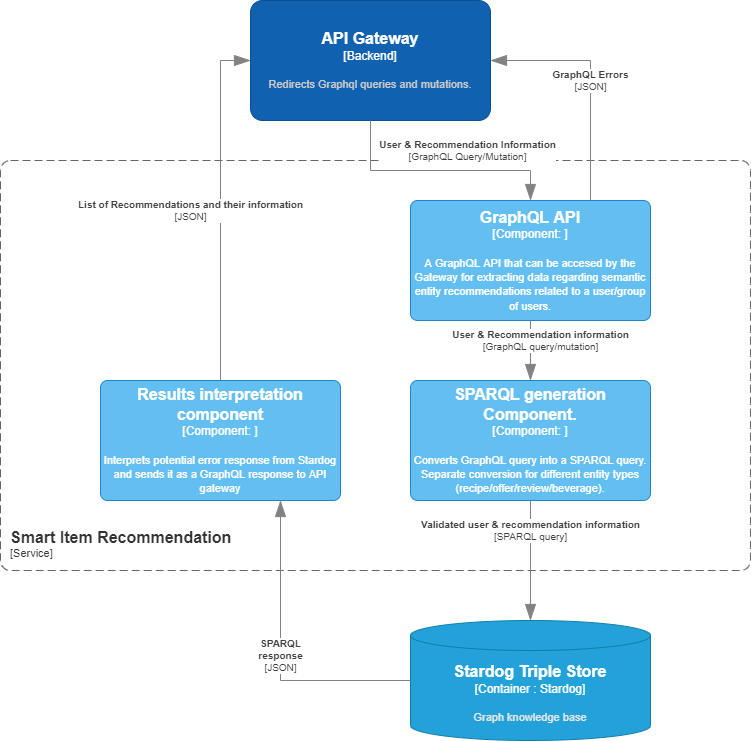
Above: final-deliverables/diagrams/c32/c32_recommendations.png in Elaech/Wade-BeM (draw.io), before the change. Source tidied: cells renumbered, new cells last; positions are measured from the earlier drawing's top-left corner, leaving out a move shared by most shapes. The source it was exported from:
```xml
<mxGraphModel>
  <root>
    <mxCell id="0" />
    <mxCell id="1" parent="0" />
    <object id="2" label="&lt;font style=&quot;font-size: 16px&quot;&gt;&lt;b&gt;&lt;div style=&quot;text-align: left&quot;&gt;%c4Name%&lt;/div&gt;&lt;/b&gt;&lt;/font&gt;&lt;div style=&quot;text-align: left&quot;&gt;[%c4Application%]&lt;/div&gt;" c4Application="Service" c4Name="Smart Item Recommendation" c4Type="ContainerScopeBoundary" placeholders="1">
      <mxCell style="rounded=1;fontSize=11;whiteSpace=wrap;html=1;dashed=1;arcSize=20;fillColor=none;strokeColor=#666666;fontColor=#333333;labelBackgroundColor=none;align=left;verticalAlign=bottom;labelBorderColor=none;spacingTop=0;spacing=10;dashPattern=8 4;perimeter=rectanglePerimeter;noLabel=0;labelPadding=0;absoluteArcSize=1;" parent="1" vertex="1">
        <mxGeometry y="160" width="750" height="410" as="geometry" />
      </mxCell>
    </object>
    <object id="3" label="&lt;font style=&quot;font-size: 16px&quot;&gt;&lt;b&gt;%c4Name%&lt;/b&gt;&lt;/font&gt;&lt;div&gt;[%c4Type%: %c4Technology%]&lt;/div&gt;&lt;br&gt;&lt;div&gt;&lt;font style=&quot;font-size: 11px&quot;&gt;%c4Description%&lt;/font&gt;&lt;/div&gt;" c4Description="A GraphQL API that can be accesed by the Gateway for extracting data regarding semantic entity recommendations related to a user/group of users." c4Name="GraphQL API" c4Technology="" c4Type="Component" placeholders="1">
      <mxCell style="rounded=1;whiteSpace=wrap;html=1;labelBackgroundColor=none;fillColor=#63BEF2;fontColor=#ffffff;align=center;arcSize=6;strokeColor=#2086C9;points=[[0.25,0,0],[0.5,0,0],[0.75,0,0],[1,0.25,0],[1,0.5,0],[1,0.75,0],[0.75,1,0],[0.5,1,0],[0.25,1,0],[0,0.75,0],[0,0.5,0],[0,0.25,0]];" parent="1" vertex="1">
        <mxGeometry x="410" y="200" width="240" height="120" as="geometry" />
      </mxCell>
    </object>
    <object id="4" label="&lt;font style=&quot;font-size: 16px&quot;&gt;&lt;b&gt;%c4Type%&lt;/font&gt;&lt;div&gt;[%c4Container%:&amp;nbsp;%c4Technology%]&lt;/div&gt;&lt;br&gt;&lt;div&gt;&lt;font style=&quot;font-size: 11px&quot;&gt;&lt;font color=&quot;#E6E6E6&quot;&gt;%c4Description%&lt;/font&gt;&lt;/div&gt;" c4Container="Container " c4Description="Graph knowledge base" c4Technology="Stardog" c4Type="Stardog Triple Store" placeholders="1">
      <mxCell style="shape=cylinder3;size=15;whiteSpace=wrap;html=1;boundedLbl=1;rounded=0;labelBackgroundColor=none;fillColor=#23A2D9;fontSize=12;fontColor=#ffffff;align=center;strokeColor=#0E7DAD;points=[[0.5,0,0],[1,0.25,0],[1,0.5,0],[1,0.75,0],[0.5,1,0],[0,0.75,0],[0,0.5,0],[0,0.25,0]];" parent="1" vertex="1">
        <mxGeometry x="410" y="620" width="240" height="120" as="geometry" />
      </mxCell>
    </object>
    <object id="5" label="&lt;font style=&quot;font-size: 16px&quot;&gt;&lt;b&gt;%c4Name%&lt;/b&gt;&lt;/font&gt;&lt;div&gt;[%c4Type%: %c4Technology%]&lt;/div&gt;&lt;br&gt;&lt;div&gt;&lt;font style=&quot;font-size: 11px&quot;&gt;%c4Description%&lt;/font&gt;&lt;/div&gt;" c4Description="Converts GraphQL query into a SPARQL query. Separate conversion for different entity types (recipe/offer/review/beverage)." c4Name="SPARQL generation Component. " c4Technology="" c4Type="Component" placeholders="1">
      <mxCell style="rounded=1;whiteSpace=wrap;html=1;labelBackgroundColor=none;fillColor=#63BEF2;fontColor=#ffffff;align=center;arcSize=6;strokeColor=#2086C9;points=[[0.25,0,0],[0.5,0,0],[0.75,0,0],[1,0.25,0],[1,0.5,0],[1,0.75,0],[0.75,1,0],[0.5,1,0],[0.25,1,0],[0,0.75,0],[0,0.5,0],[0,0.25,0]];" parent="1" vertex="1">
        <mxGeometry x="410" y="380" width="240" height="120" as="geometry" />
      </mxCell>
    </object>
    <object id="6" label="&lt;div style=&quot;text-align: left&quot;&gt;&lt;div style=&quot;text-align: center&quot;&gt;&lt;b&gt;%c4Description%&lt;/b&gt;&lt;/div&gt;&lt;div style=&quot;text-align: center&quot;&gt;[%c4Technology%]&lt;/div&gt;&lt;/div&gt;" c4Description="Validated user &amp; recommendation information" c4Technology="SPARQL query" c4Type="Relationship" placeholders="1">
      <mxCell style="endArrow=blockThin;html=1;fontSize=10;fontColor=#404040;strokeWidth=1;endFill=1;strokeColor=#828282;elbow=vertical;endSize=14;startSize=14;jumpStyle=arc;jumpSize=16;rounded=0;edgeStyle=orthogonalEdgeStyle;exitX=0.5;exitY=1;exitDx=0;exitDy=0;exitPerimeter=0;entryX=0.5;entryY=0;entryDx=0;entryDy=0;entryPerimeter=0;" parent="1" edge="1" source="5" target="4">
        <mxGeometry x="-0.5" relative="1" as="geometry" />
      </mxCell>
    </object>
    <object id="7" label="&lt;font style=&quot;font-size: 16px&quot;&gt;&lt;b&gt;%c4Name%&lt;/b&gt;&lt;/font&gt;&lt;div&gt;[%c4Type%: %c4Technology%]&lt;/div&gt;&lt;br&gt;&lt;div&gt;&lt;font style=&quot;font-size: 11px&quot;&gt;%c4Description%&lt;/font&gt;&lt;/div&gt;" c4Description="Interprets potential error response from Stardog and sends it as a GraphQL response to API gateway " c4Name="Results interpretation component" c4Technology="" c4Type="Component" placeholders="1">
      <mxCell style="rounded=1;whiteSpace=wrap;html=1;labelBackgroundColor=none;fillColor=#63BEF2;fontColor=#ffffff;align=center;arcSize=6;strokeColor=#2086C9;points=[[0.25,0,0],[0.5,0,0],[0.75,0,0],[1,0.25,0],[1,0.5,0],[1,0.75,0],[0.75,1,0],[0.5,1,0],[0.25,1,0],[0,0.75,0],[0,0.5,0],[0,0.25,0]];" parent="1" vertex="1">
        <mxGeometry x="100" y="380" width="240" height="120" as="geometry" />
      </mxCell>
    </object>
    <object id="8" label="&lt;div style=&quot;text-align: left&quot;&gt;&lt;div style=&quot;text-align: center&quot;&gt;&lt;b&gt;%c4Description%&lt;/b&gt;&lt;/div&gt;&lt;div style=&quot;text-align: center&quot;&gt;[%c4Technology%]&lt;/div&gt;&lt;/div&gt;" c4Description="SPARQL&#10; response" c4Technology="JSON" c4Type="Relationship" placeholders="1">
      <mxCell style="endArrow=blockThin;html=1;fontSize=10;fontColor=#404040;strokeWidth=1;endFill=1;strokeColor=#828282;elbow=vertical;endSize=14;startSize=14;jumpStyle=arc;jumpSize=16;rounded=0;edgeStyle=orthogonalEdgeStyle;exitX=0;exitY=0.5;exitDx=0;exitDy=0;exitPerimeter=0;entryX=0.75;entryY=1;entryDx=0;entryDy=0;entryPerimeter=0;" parent="1" edge="1" source="4" target="7">
        <mxGeometry relative="1" as="geometry" />
      </mxCell>
    </object>
    <object id="9" label="&lt;div style=&quot;text-align: left&quot;&gt;&lt;div style=&quot;text-align: center&quot;&gt;&lt;b&gt;%c4Description%&lt;/b&gt;&lt;/div&gt;&lt;div style=&quot;text-align: center&quot;&gt;[%c4Technology%]&lt;/div&gt;&lt;/div&gt;" c4Description="List of Recommendations and their information" c4Technology="JSON" c4Type="Relationship" placeholders="1">
      <mxCell style="endArrow=blockThin;html=1;fontSize=10;fontColor=#404040;strokeWidth=1;endFill=1;strokeColor=#828282;elbow=vertical;endSize=14;startSize=14;jumpStyle=arc;jumpSize=16;rounded=0;edgeStyle=orthogonalEdgeStyle;exitX=0.5;exitY=0;exitDx=0;exitDy=0;exitPerimeter=0;entryX=0;entryY=0.5;entryDx=0;entryDy=0;entryPerimeter=0;" parent="1" edge="1" source="7" target="10">
        <mxGeometry x="-0.03" y="30" relative="1" as="geometry" />
      </mxCell>
    </object>
    <object id="10" label="&lt;font style=&quot;font-size: 16px&quot;&gt;&lt;b&gt;%c4Name%&lt;/b&gt;&lt;/font&gt;&lt;div&gt;[%c4Type%]&lt;/div&gt;&lt;br&gt;&lt;div&gt;&lt;font style=&quot;font-size: 11px&quot;&gt;&lt;font color=&quot;#cccccc&quot;&gt;%c4Description%&lt;/font&gt;&lt;/div&gt;" c4Description="Redirects Graphql queries and mutations." c4Name="API Gateway" c4Type="Backend" placeholders="1">
      <mxCell style="rounded=1;whiteSpace=wrap;html=1;labelBackgroundColor=none;fillColor=#1061B0;fontColor=#ffffff;align=center;arcSize=10;strokeColor=#0D5091;points=[[0.25,0,0],[0.5,0,0],[0.75,0,0],[1,0.25,0],[1,0.5,0],[1,0.75,0],[0.75,1,0],[0.5,1,0],[0.25,1,0],[0,0.75,0],[0,0.5,0],[0,0.25,0]];" parent="1" vertex="1">
        <mxGeometry x="250" width="240" height="120" as="geometry" />
      </mxCell>
    </object>
    <object id="11" label="&lt;div style=&quot;text-align: left&quot;&gt;&lt;div style=&quot;text-align: center&quot;&gt;&lt;b&gt;%c4Description%&lt;/b&gt;&lt;/div&gt;&lt;div style=&quot;text-align: center&quot;&gt;[%c4Technology%]&lt;/div&gt;&lt;/div&gt;" c4Description="User &amp; Recommendation Information" c4Technology="GraphQL Query/Mutation" c4Type="Relationship" placeholders="1">
      <mxCell style="endArrow=blockThin;html=1;fontSize=10;fontColor=#404040;strokeWidth=1;endFill=1;strokeColor=#828282;elbow=vertical;endSize=14;startSize=14;jumpStyle=arc;jumpSize=16;rounded=0;edgeStyle=orthogonalEdgeStyle;exitX=0.5;exitY=1;exitDx=0;exitDy=0;exitPerimeter=0;entryX=0.5;entryY=0;entryDx=0;entryDy=0;entryPerimeter=0;" parent="1" edge="1" source="10" target="3">
        <mxGeometry x="0.22" y="20" relative="1" as="geometry">
          <Array as="points">
            <mxPoint x="370" y="170" />
            <mxPoint x="530" y="170" />
          </Array>
        </mxGeometry>
      </mxCell>
    </object>
    <object id="12" label="&lt;div style=&quot;text-align: left&quot;&gt;&lt;div style=&quot;text-align: center&quot;&gt;&lt;b&gt;%c4Description%&lt;/b&gt;&lt;/div&gt;&lt;div style=&quot;text-align: center&quot;&gt;[%c4Technology%]&lt;/div&gt;&lt;/div&gt;" c4Description="GraphQL Errors" c4Technology="JSON" c4Type="Relationship" placeholders="1">
      <mxCell style="endArrow=blockThin;html=1;fontSize=10;fontColor=#404040;strokeWidth=1;endFill=1;strokeColor=#828282;elbow=vertical;endSize=14;startSize=14;jumpStyle=arc;jumpSize=16;rounded=0;edgeStyle=orthogonalEdgeStyle;exitX=0.75;exitY=0;exitDx=0;exitDy=0;exitPerimeter=0;entryX=1;entryY=0.5;entryDx=0;entryDy=0;entryPerimeter=0;" parent="1" edge="1" source="3" target="10">
        <mxGeometry relative="1" as="geometry" />
      </mxCell>
    </object>
    <object id="13" label="&lt;div style=&quot;text-align: left&quot;&gt;&lt;div style=&quot;text-align: center&quot;&gt;&lt;b&gt;%c4Description%&lt;/b&gt;&lt;/div&gt;&lt;div style=&quot;text-align: center&quot;&gt;[%c4Technology%]&lt;/div&gt;&lt;/div&gt;" c4Description="User &amp; Recommendation information" c4Technology="GraphQL query/mutation" c4Type="Relationship" placeholders="1">
      <mxCell style="endArrow=blockThin;html=1;fontSize=10;fontColor=#404040;strokeWidth=1;endFill=1;strokeColor=#828282;elbow=vertical;endSize=14;startSize=14;jumpStyle=arc;jumpSize=16;rounded=0;edgeStyle=orthogonalEdgeStyle;exitX=0.5;exitY=1;exitDx=0;exitDy=0;exitPerimeter=0;entryX=0.5;entryY=0;entryDx=0;entryDy=0;entryPerimeter=0;" parent="1" edge="1" source="3" target="5">
        <mxGeometry x="-0.33" y="10" relative="1" as="geometry" />
      </mxCell>
    </object>
  </root>
</mxGraphModel>
```
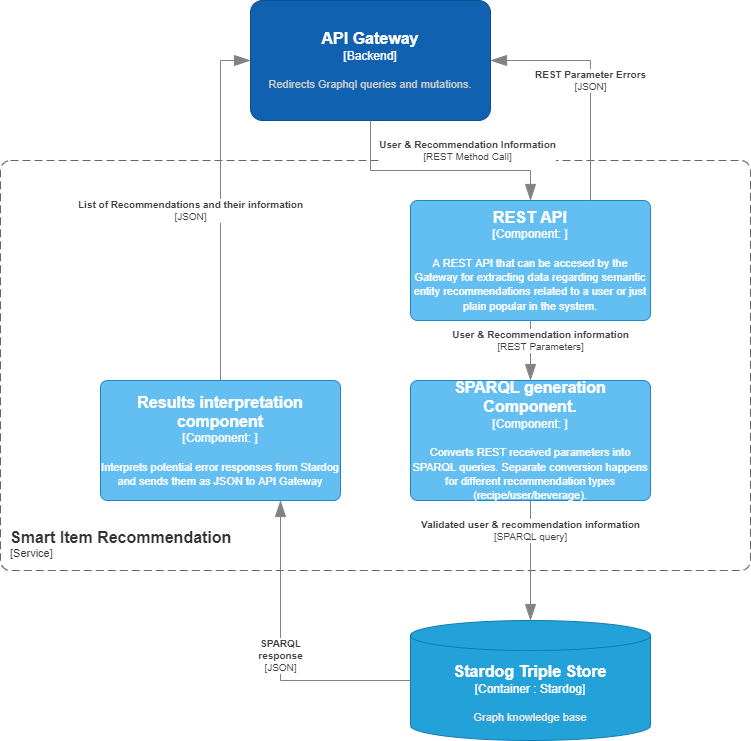
Above is the later version.

Diff of the diagram source:
```diff
@@ -7,7 +7,7 @@
         <mxGeometry y="160" width="750" height="410" as="geometry" />
       </mxCell>
     </object>
-    <object id="3" label="&lt;font style=&quot;font-size: 16px&quot;&gt;&lt;b&gt;%c4Name%&lt;/b&gt;&lt;/font&gt;&lt;div&gt;[%c4Type%: %c4Technology%]&lt;/div&gt;&lt;br&gt;&lt;div&gt;&lt;font style=&quot;font-size: 11px&quot;&gt;%c4Description%&lt;/font&gt;&lt;/div&gt;" c4Description="A GraphQL API that can be accesed by the Gateway for extracting data regarding semantic entity recommendations related to a user/group of users." c4Name="GraphQL API" c4Technology="" c4Type="Component" placeholders="1">
+    <object id="3" label="&lt;font style=&quot;font-size: 16px&quot;&gt;&lt;b&gt;%c4Name%&lt;/b&gt;&lt;/font&gt;&lt;div&gt;[%c4Type%: %c4Technology%]&lt;/div&gt;&lt;br&gt;&lt;div&gt;&lt;font style=&quot;font-size: 11px&quot;&gt;%c4Description%&lt;/font&gt;&lt;/div&gt;" c4Description="A REST API that can be accesed by the Gateway for extracting data regarding semantic entity recommendations related to a user or just plain popular in the system." c4Name="REST API" c4Technology="" c4Type="Component" placeholders="1">
       <mxCell style="rounded=1;whiteSpace=wrap;html=1;labelBackgroundColor=none;fillColor=#63BEF2;fontColor=#ffffff;align=center;arcSize=6;strokeColor=#2086C9;points=[[0.25,0,0],[0.5,0,0],[0.75,0,0],[1,0.25,0],[1,0.5,0],[1,0.75,0],[0.75,1,0],[0.5,1,0],[0.25,1,0],[0,0.75,0],[0,0.5,0],[0,0.25,0]];" parent="1" vertex="1">
         <mxGeometry x="410" y="200" width="240" height="120" as="geometry" />
       </mxCell>
@@ -17,7 +17,7 @@
         <mxGeometry x="410" y="620" width="240" height="120" as="geometry" />
       </mxCell>
     </object>
-    <object id="5" label="&lt;font style=&quot;font-size: 16px&quot;&gt;&lt;b&gt;%c4Name%&lt;/b&gt;&lt;/font&gt;&lt;div&gt;[%c4Type%: %c4Technology%]&lt;/div&gt;&lt;br&gt;&lt;div&gt;&lt;font style=&quot;font-size: 11px&quot;&gt;%c4Description%&lt;/font&gt;&lt;/div&gt;" c4Description="Converts GraphQL query into a SPARQL query. Separate conversion for different entity types (recipe/offer/review/beverage)." c4Name="SPARQL generation Component. " c4Technology="" c4Type="Component" placeholders="1">
+    <object id="5" label="&lt;font style=&quot;font-size: 16px&quot;&gt;&lt;b&gt;%c4Name%&lt;/b&gt;&lt;/font&gt;&lt;div&gt;[%c4Type%: %c4Technology%]&lt;/div&gt;&lt;br&gt;&lt;div&gt;&lt;font style=&quot;font-size: 11px&quot;&gt;%c4Description%&lt;/font&gt;&lt;/div&gt;" c4Description="Converts REST received parameters into SPARQL queries. Separate conversion happens for different recommendation types (recipe/user/beverage)." c4Name="SPARQL generation Component. " c4Technology="" c4Type="Component" placeholders="1">
       <mxCell style="rounded=1;whiteSpace=wrap;html=1;labelBackgroundColor=none;fillColor=#63BEF2;fontColor=#ffffff;align=center;arcSize=6;strokeColor=#2086C9;points=[[0.25,0,0],[0.5,0,0],[0.75,0,0],[1,0.25,0],[1,0.5,0],[1,0.75,0],[0.75,1,0],[0.5,1,0],[0.25,1,0],[0,0.75,0],[0,0.5,0],[0,0.25,0]];" parent="1" vertex="1">
         <mxGeometry x="410" y="380" width="240" height="120" as="geometry" />
       </mxCell>
@@ -27,7 +27,7 @@
         <mxGeometry x="-0.5" relative="1" as="geometry" />
       </mxCell>
     </object>
-    <object id="7" label="&lt;font style=&quot;font-size: 16px&quot;&gt;&lt;b&gt;%c4Name%&lt;/b&gt;&lt;/font&gt;&lt;div&gt;[%c4Type%: %c4Technology%]&lt;/div&gt;&lt;br&gt;&lt;div&gt;&lt;font style=&quot;font-size: 11px&quot;&gt;%c4Description%&lt;/font&gt;&lt;/div&gt;" c4Description="Interprets potential error response from Stardog and sends it as a GraphQL response to API gateway " c4Name="Results interpretation component" c4Technology="" c4Type="Component" placeholders="1">
+    <object id="7" label="&lt;font style=&quot;font-size: 16px&quot;&gt;&lt;b&gt;%c4Name%&lt;/b&gt;&lt;/font&gt;&lt;div&gt;[%c4Type%: %c4Technology%]&lt;/div&gt;&lt;br&gt;&lt;div&gt;&lt;font style=&quot;font-size: 11px&quot;&gt;%c4Description%&lt;/font&gt;&lt;/div&gt;" c4Description="Interprets potential error responses from Stardog and sends them as JSON to API Gateway " c4Name="Results interpretation component" c4Technology="" c4Type="Component" placeholders="1">
       <mxCell style="rounded=1;whiteSpace=wrap;html=1;labelBackgroundColor=none;fillColor=#63BEF2;fontColor=#ffffff;align=center;arcSize=6;strokeColor=#2086C9;points=[[0.25,0,0],[0.5,0,0],[0.75,0,0],[1,0.25,0],[1,0.5,0],[1,0.75,0],[0.75,1,0],[0.5,1,0],[0.25,1,0],[0,0.75,0],[0,0.5,0],[0,0.25,0]];" parent="1" vertex="1">
         <mxGeometry x="100" y="380" width="240" height="120" as="geometry" />
       </mxCell>
@@ -47,7 +47,7 @@
         <mxGeometry x="250" width="240" height="120" as="geometry" />
       </mxCell>
     </object>
-    <object id="11" label="&lt;div style=&quot;text-align: left&quot;&gt;&lt;div style=&quot;text-align: center&quot;&gt;&lt;b&gt;%c4Description%&lt;/b&gt;&lt;/div&gt;&lt;div style=&quot;text-align: center&quot;&gt;[%c4Technology%]&lt;/div&gt;&lt;/div&gt;" c4Description="User &amp; Recommendation Information" c4Technology="GraphQL Query/Mutation" c4Type="Relationship" placeholders="1">
+    <object id="11" label="&lt;div style=&quot;text-align: left&quot;&gt;&lt;div style=&quot;text-align: center&quot;&gt;&lt;b&gt;%c4Description%&lt;/b&gt;&lt;/div&gt;&lt;div style=&quot;text-align: center&quot;&gt;[%c4Technology%]&lt;/div&gt;&lt;/div&gt;" c4Description="User &amp; Recommendation Information" c4Technology="REST Method Call" c4Type="Relationship" placeholders="1">
       <mxCell style="endArrow=blockThin;html=1;fontSize=10;fontColor=#404040;strokeWidth=1;endFill=1;strokeColor=#828282;elbow=vertical;endSize=14;startSize=14;jumpStyle=arc;jumpSize=16;rounded=0;edgeStyle=orthogonalEdgeStyle;exitX=0.5;exitY=1;exitDx=0;exitDy=0;exitPerimeter=0;entryX=0.5;entryY=0;entryDx=0;entryDy=0;entryPerimeter=0;" parent="1" edge="1" source="10" target="3">
         <mxGeometry x="0.22" y="20" relative="1" as="geometry">
           <Array as="points">
@@ -57,12 +57,12 @@
         </mxGeometry>
       </mxCell>
     </object>
-    <object id="12" label="&lt;div style=&quot;text-align: left&quot;&gt;&lt;div style=&quot;text-align: center&quot;&gt;&lt;b&gt;%c4Description%&lt;/b&gt;&lt;/div&gt;&lt;div style=&quot;text-align: center&quot;&gt;[%c4Technology%]&lt;/div&gt;&lt;/div&gt;" c4Description="GraphQL Errors" c4Technology="JSON" c4Type="Relationship" placeholders="1">
+    <object id="12" label="&lt;div style=&quot;text-align: left&quot;&gt;&lt;div style=&quot;text-align: center&quot;&gt;&lt;b&gt;%c4Description%&lt;/b&gt;&lt;/div&gt;&lt;div style=&quot;text-align: center&quot;&gt;[%c4Technology%]&lt;/div&gt;&lt;/div&gt;" c4Description="REST Parameter Errors" c4Technology="JSON" c4Type="Relationship" placeholders="1">
       <mxCell style="endArrow=blockThin;html=1;fontSize=10;fontColor=#404040;strokeWidth=1;endFill=1;strokeColor=#828282;elbow=vertical;endSize=14;startSize=14;jumpStyle=arc;jumpSize=16;rounded=0;edgeStyle=orthogonalEdgeStyle;exitX=0.75;exitY=0;exitDx=0;exitDy=0;exitPerimeter=0;entryX=1;entryY=0.5;entryDx=0;entryDy=0;entryPerimeter=0;" parent="1" edge="1" source="3" target="10">
         <mxGeometry relative="1" as="geometry" />
       </mxCell>
     </object>
-    <object id="13" label="&lt;div style=&quot;text-align: left&quot;&gt;&lt;div style=&quot;text-align: center&quot;&gt;&lt;b&gt;%c4Description%&lt;/b&gt;&lt;/div&gt;&lt;div style=&quot;text-align: center&quot;&gt;[%c4Technology%]&lt;/div&gt;&lt;/div&gt;" c4Description="User &amp; Recommendation information" c4Technology="GraphQL query/mutation" c4Type="Relationship" placeholders="1">
+    <object id="13" label="&lt;div style=&quot;text-align: left&quot;&gt;&lt;div style=&quot;text-align: center&quot;&gt;&lt;b&gt;%c4Description%&lt;/b&gt;&lt;/div&gt;&lt;div style=&quot;text-align: center&quot;&gt;[%c4Technology%]&lt;/div&gt;&lt;/div&gt;" c4Description="User &amp; Recommendation information" c4Technology="REST Parameters" c4Type="Relationship" placeholders="1">
       <mxCell style="endArrow=blockThin;html=1;fontSize=10;fontColor=#404040;strokeWidth=1;endFill=1;strokeColor=#828282;elbow=vertical;endSize=14;startSize=14;jumpStyle=arc;jumpSize=16;rounded=0;edgeStyle=orthogonalEdgeStyle;exitX=0.5;exitY=1;exitDx=0;exitDy=0;exitPerimeter=0;entryX=0.5;entryY=0;entryDx=0;entryDy=0;entryPerimeter=0;" parent="1" edge="1" source="3" target="5">
         <mxGeometry x="-0.33" y="10" relative="1" as="geometry" />
       </mxCell>
```
